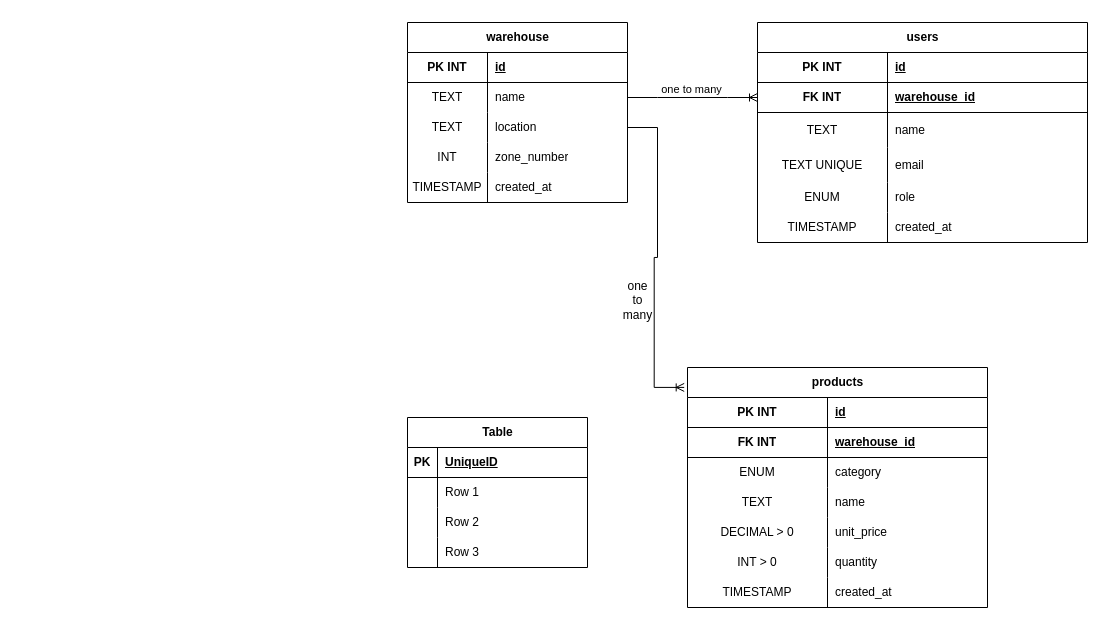
This is Untitled Diagram.drawio from Abdulrahman-Alkafri/git_course, a draw.io file, before an edit. Source tidied: cells renumbered, new cells numbered last; positions are measured from the earlier drawing's top-left corner, leaving out a move shared by most shapes. Both pictures are drawn from the tidied source at 100%, with x=0, y=0 at pixel (407, 22).
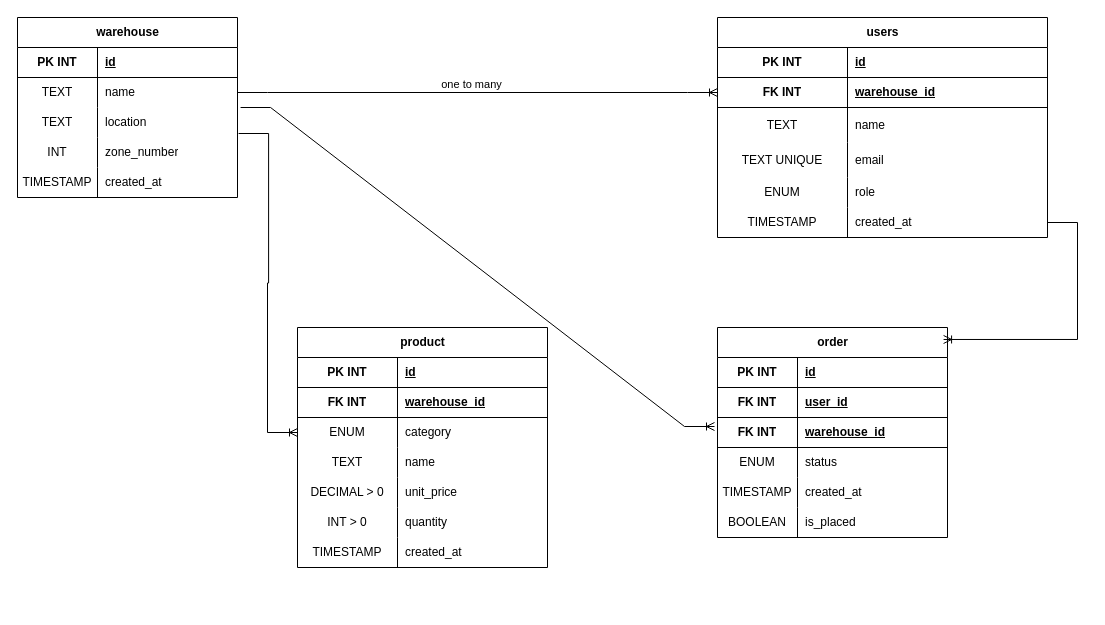
After the change.

Unchanged cells that the change refers to:
```xml
<mxCell id="18" style="shape=tableRow;horizontal=0;startSize=0;swimlaneHead=0;swimlaneBody=0;fillColor=none;points=[[0,0.5],[1,0.5]];portConstraint=eastwest;top=0;left=0;right=0;bottom=0;" parent="2" vertex="1">
  <mxGeometry y="190" width="330" height="30" as="geometry" />
</mxCell>
<mxCell id="28" style="shape=tableRow;horizontal=0;startSize=0;swimlaneHead=0;swimlaneBody=0;fillColor=none;points=[[0,0.5],[1,0.5]];portConstraint=eastwest;top=0;left=0;right=0;bottom=0;" parent="21" vertex="1">
  <mxGeometry y="90" width="220" height="30" as="geometry" />
</mxCell>
<mxCell id="31" style="shape=tableRow;horizontal=0;startSize=0;swimlaneHead=0;swimlaneBody=0;fillColor=none;points=[[0,0.5],[1,0.5]];portConstraint=eastwest;top=0;left=0;right=0;bottom=0;" parent="21" vertex="1">
  <mxGeometry y="120" width="220" height="30" as="geometry" />
</mxCell>
```

What changed in the source:
```diff
@@
     <mxCell id="2" value="users" style="shape=table;startSize=30;childLayout=tableLayout;rowLines=0;fontStyle=1;align=center;html=1;" parent="1" vertex="1">
-      <mxGeometry x="350" width="330" height="220" as="geometry" />
+      <mxGeometry x="310" y="-5" width="330" height="220" as="geometry" />
     </mxCell>
@@
     <mxCell id="21" value="warehouse" style="shape=table;startSize=30;childLayout=tableLayout;rowLines=0;fontStyle=1;align=center;html=1;" parent="1" vertex="1">
-      <mxGeometry width="220" height="180" as="geometry" />
+      <mxGeometry x="-390" y="-5" width="220" height="180" as="geometry" />
     </mxCell>
@@
-    <mxCell id="39" value="products" style="shape=table;startSize=30;childLayout=tableLayout;rowLines=0;fontStyle=1;align=center;html=1;" parent="1" vertex="1">
-      <mxGeometry x="280" y="345" width="300" height="240" as="geometry" />
+    <mxCell id="39" value="product" style="shape=table;startSize=30;childLayout=tableLayout;rowLines=0;fontStyle=1;align=center;html=1;" parent="1" vertex="1">
+      <mxGeometry x="-110" y="305" width="250" height="240" as="geometry" />
     </mxCell>
     <mxCell id="40" style="shape=tableRow;horizontal=0;startSize=0;swimlaneHead=0;swimlaneBody=0;fillColor=none;top=0;left=0;right=0;bottom=1;" parent="39" vertex="1">
-      <mxGeometry y="30" width="300" height="30" as="geometry" />
+      <mxGeometry y="30" width="250" height="30" as="geometry" />
     </mxCell>
     <mxCell id="41" value="PK INT" style="shape=partialRectangle;fillColor=none;top=0;left=0;bottom=0;right=0;fontStyle=1;overflow=hidden;whiteSpace=wrap;html=1;" parent="40" vertex="1">
-      <mxGeometry width="140" height="30" as="geometry" />
+      <mxGeometry width="100" height="30" as="geometry" />
     </mxCell>
     <mxCell id="42" value="id" style="shape=partialRectangle;fillColor=none;top=0;left=0;bottom=0;right=0;align=left;spacingLeft=6;fontStyle=5;overflow=hidden;whiteSpace=wrap;html=1;" parent="40" vertex="1">
-      <mxGeometry x="140" width="160" height="30" as="geometry" />
+      <mxGeometry x="100" width="150" height="30" as="geometry" />
     </mxCell>
     <mxCell id="43" style="shape=tableRow;horizontal=0;startSize=0;swimlaneHead=0;swimlaneBody=0;fillColor=none;top=0;left=0;right=0;bottom=1;" parent="39" vertex="1">
-      <mxGeometry y="60" width="300" height="30" as="geometry" />
+      <mxGeometry y="60" width="250" height="30" as="geometry" />
     </mxCell>
     <mxCell id="44" value="FK INT" style="shape=partialRectangle;fillColor=none;top=0;left=0;bottom=0;right=0;fontStyle=1;overflow=hidden;whiteSpace=wrap;html=1;" parent="43" vertex="1">
-      <mxGeometry width="140" height="30" as="geometry" />
+      <mxGeometry width="100" height="30" as="geometry" />
     </mxCell>
     <mxCell id="45" value="warehouse_id" style="shape=partialRectangle;fillColor=none;top=0;left=0;bottom=0;right=0;align=left;spacingLeft=6;fontStyle=5;overflow=hidden;whiteSpace=wrap;html=1;" parent="43" vertex="1">
-      <mxGeometry x="140" width="160" height="30" as="geometry" />
+      <mxGeometry x="100" width="150" height="30" as="geometry" />
     </mxCell>
     <mxCell id="46" style="shape=tableRow;horizontal=0;startSize=0;swimlaneHead=0;swimlaneBody=0;fillColor=none;points=[[0,0.5],[1,0.5]];portConstraint=eastwest;top=0;left=0;right=0;bottom=0;" parent="39" vertex="1">
-      <mxGeometry y="90" width="300" height="30" as="geometry" />
+      <mxGeometry y="90" width="250" height="30" as="geometry" />
     </mxCell>
     <mxCell id="47" value="ENUM" style="shape=partialRectangle;fillColor=none;top=0;left=0;bottom=0;right=0;overflow=hidden;whiteSpace=wrap;html=1;" parent="46" vertex="1">
-      <mxGeometry width="140" height="30" as="geometry" />
+      <mxGeometry width="100" height="30" as="geometry" />
     </mxCell>
     <mxCell id="48" value="category" style="shape=partialRectangle;fillColor=none;top=0;left=0;bottom=0;right=0;align=left;spacingLeft=6;overflow=hidden;whiteSpace=wrap;html=1;" parent="46" vertex="1">
-      <mxGeometry x="140" width="160" height="30" as="geometry" />
+      <mxGeometry x="100" width="150" height="30" as="geometry" />
     </mxCell>
     <mxCell id="49" style="shape=tableRow;horizontal=0;startSize=0;swimlaneHead=0;swimlaneBody=0;fillColor=none;top=0;left=0;right=0;bottom=0;" parent="39" vertex="1">
-      <mxGeometry y="120" width="300" height="30" as="geometry" />
+      <mxGeometry y="120" width="250" height="30" as="geometry" />
     </mxCell>
     <mxCell id="50" value="TEXT" style="shape=partialRectangle;fillColor=none;top=0;left=0;bottom=0;right=0;overflow=hidden;whiteSpace=wrap;html=1;" parent="49" vertex="1">
-      <mxGeometry width="140" height="30" as="geometry" />
+      <mxGeometry width="100" height="30" as="geometry" />
     </mxCell>
     <mxCell id="51" value="name" style="shape=partialRectangle;fillColor=none;top=0;left=0;bottom=0;right=0;align=left;spacingLeft=6;overflow=hidden;whiteSpace=wrap;html=1;" parent="49" vertex="1">
-      <mxGeometry x="140" width="160" height="30" as="geometry" />
+      <mxGeometry x="100" width="150" height="30" as="geometry" />
     </mxCell>
     <mxCell id="52" style="shape=tableRow;horizontal=0;startSize=0;swimlaneHead=0;swimlaneBody=0;fillColor=none;top=0;left=0;right=0;bottom=0;" parent="39" vertex="1">
-      <mxGeometry y="150" width="300" height="30" as="geometry" />
+      <mxGeometry y="150" width="250" height="30" as="geometry" />
     </mxCell>
     <mxCell id="53" value="DECIMAL &amp;gt; 0" style="shape=partialRectangle;fillColor=none;top=0;left=0;bottom=0;right=0;overflow=hidden;whiteSpace=wrap;html=1;" parent="52" vertex="1">
-      <mxGeometry width="140" height="30" as="geometry" />
+      <mxGeometry width="100" height="30" as="geometry" />
     </mxCell>
     <mxCell id="54" value="unit_price" style="shape=partialRectangle;fillColor=none;top=0;left=0;bottom=0;right=0;align=left;spacingLeft=6;overflow=hidden;whiteSpace=wrap;html=1;" parent="52" vertex="1">
-      <mxGeometry x="140" width="160" height="30" as="geometry" />
+      <mxGeometry x="100" width="150" height="30" as="geometry" />
     </mxCell>
     <mxCell id="55" style="shape=tableRow;horizontal=0;startSize=0;swimlaneHead=0;swimlaneBody=0;fillColor=none;top=0;left=0;right=0;bottom=0;" parent="39" vertex="1">
-      <mxGeometry y="180" width="300" height="30" as="geometry" />
+      <mxGeometry y="180" width="250" height="30" as="geometry" />
     </mxCell>
     <mxCell id="56" value="INT &amp;gt; 0" style="shape=partialRectangle;fillColor=none;top=0;left=0;bottom=0;right=0;overflow=hidden;whiteSpace=wrap;html=1;" parent="55" vertex="1">
-      <mxGeometry width="140" height="30" as="geometry" />
+      <mxGeometry width="100" height="30" as="geometry" />
     </mxCell>
     <mxCell id="57" value="quantity" style="shape=partialRectangle;fillColor=none;top=0;left=0;bottom=0;right=0;align=left;spacingLeft=6;overflow=hidden;whiteSpace=wrap;html=1;" parent="55" vertex="1">
-      <mxGeometry x="140" width="160" height="30" as="geometry" />
+      <mxGeometry x="100" width="150" height="30" as="geometry" />
     </mxCell>
     <mxCell id="58" style="shape=tableRow;horizontal=0;startSize=0;swimlaneHead=0;swimlaneBody=0;fillColor=none;top=0;left=0;right=0;bottom=0;" parent="39" vertex="1">
-      <mxGeometry y="210" width="300" height="30" as="geometry" />
+      <mxGeometry y="210" width="250" height="30" as="geometry" />
     </mxCell>
     <mxCell id="59" value="TIMESTAMP" style="shape=partialRectangle;fillColor=none;top=0;left=0;bottom=0;right=0;overflow=hidden;whiteSpace=wrap;html=1;" parent="58" vertex="1">
-      <mxGeometry width="140" height="30" as="geometry" />
+      <mxGeometry width="100" height="30" as="geometry" />
     </mxCell>
     <mxCell id="60" value="created_at" style="shape=partialRectangle;fillColor=none;top=0;left=0;bottom=0;right=0;align=left;spacingLeft=6;overflow=hidden;whiteSpace=wrap;html=1;" parent="58" vertex="1">
-      <mxGeometry x="140" width="160" height="30" as="geometry" />
+      <mxGeometry x="100" width="150" height="30" as="geometry" />
     </mxCell>
-    <mxCell id="61" style="edgeStyle=entityRelationEdgeStyle;fontSize=12;html=1;endArrow=ERoneToMany;rounded=0;entryX=-0.011;entryY=0.083;entryDx=0;entryDy=0;exitX=1;exitY=0.5;exitDx=0;exitDy=0;entryPerimeter=0;" parent="1" edge="1" source="28" target="39">
-      <mxGeometry relative="1" as="geometry" />
-    </mxCell>
-    <mxCell id="62" value="one&lt;div&gt;to&lt;/div&gt;&lt;div&gt;many&lt;/div&gt;" style="text;html=1;align=center;verticalAlign=middle;strokeColor=none;fillColor=none;" parent="1" vertex="1">
-      <mxGeometry x="205" y="248" width="50" height="60" as="geometry" />
-    </mxCell>
-    <mxCell id="63" value="Table" style="shape=table;startSize=30;childLayout=tableLayout;rowLines=0;fontStyle=1;align=center;html=1;" parent="1" vertex="1">
-      <mxGeometry y="395" width="180" height="150" as="geometry" />
+    <mxCell id="63" value="order" style="shape=table;startSize=30;childLayout=tableLayout;rowLines=0;fontStyle=1;align=center;html=1;" parent="1" vertex="1">
+      <mxGeometry x="310" y="305" width="230" height="210" as="geometry" />
     </mxCell>
     <mxCell id="64" style="shape=tableRow;horizontal=0;startSize=0;swimlaneHead=0;swimlaneBody=0;fillColor=none;top=0;left=0;right=0;bottom=1;" parent="63" vertex="1">
-      <mxGeometry y="30" width="180" height="30" as="geometry" />
+      <mxGeometry y="30" width="230" height="30" as="geometry" />
     </mxCell>
-    <mxCell id="65" value="PK" style="shape=partialRectangle;fillColor=none;top=0;left=0;bottom=0;right=0;fontStyle=1;overflow=hidden;whiteSpace=wrap;html=1;" parent="64" vertex="1">
-      <mxGeometry width="30" height="30" as="geometry" />
+    <mxCell id="65" value="PK INT" style="shape=partialRectangle;fillColor=none;top=0;left=0;bottom=0;right=0;fontStyle=1;overflow=hidden;whiteSpace=wrap;html=1;" parent="64" vertex="1">
+      <mxGeometry width="80" height="30" as="geometry" />
     </mxCell>
-    <mxCell id="66" value="UniqueID" style="shape=partialRectangle;fillColor=none;top=0;left=0;bottom=0;right=0;align=left;spacingLeft=6;fontStyle=5;overflow=hidden;whiteSpace=wrap;html=1;" parent="64" vertex="1">
-      <mxGeometry x="30" width="150" height="30" as="geometry" />
+    <mxCell id="66" value="id" style="shape=partialRectangle;fillColor=none;top=0;left=0;bottom=0;right=0;align=left;spacingLeft=6;fontStyle=5;overflow=hidden;whiteSpace=wrap;html=1;" parent="64" vertex="1">
+      <mxGeometry x="80" width="150" height="30" as="geometry" />
     </mxCell>
+    <mxCell id="76" style="shape=tableRow;horizontal=0;startSize=0;swimlaneHead=0;swimlaneBody=0;fillColor=none;top=0;left=0;right=0;bottom=1;" parent="63" vertex="1">
+      <mxGeometry y="60" width="230" height="30" as="geometry" />
+    </mxCell>
+    <mxCell id="77" value="FK INT" style="shape=partialRectangle;fillColor=none;top=0;left=0;bottom=0;right=0;fontStyle=1;overflow=hidden;whiteSpace=wrap;html=1;" parent="76" vertex="1">
+      <mxGeometry width="80" height="30" as="geometry" />
+    </mxCell>
+    <mxCell id="78" value="user_id" style="shape=partialRectangle;fillColor=none;top=0;left=0;bottom=0;right=0;align=left;spacingLeft=6;fontStyle=5;overflow=hidden;whiteSpace=wrap;html=1;" parent="76" vertex="1">
+      <mxGeometry x="80" width="150" height="30" as="geometry" />
+    </mxCell>
+    <mxCell id="79" style="shape=tableRow;horizontal=0;startSize=0;swimlaneHead=0;swimlaneBody=0;fillColor=none;points=[[0,0.5],[1,0.5]];portConstraint=eastwest;top=0;left=0;right=0;bottom=1;" parent="63" vertex="1">
+      <mxGeometry y="90" width="230" height="30" as="geometry" />
+    </mxCell>
+    <mxCell id="80" value="FK INT" style="shape=partialRectangle;fillColor=none;top=0;left=0;bottom=0;right=0;fontStyle=1;overflow=hidden;whiteSpace=wrap;html=1;" parent="79" vertex="1">
+      <mxGeometry width="80" height="30" as="geometry" />
+    </mxCell>
+    <mxCell id="81" value="warehouse_id" style="shape=partialRectangle;fillColor=none;top=0;left=0;bottom=0;right=0;align=left;spacingLeft=6;fontStyle=5;overflow=hidden;whiteSpace=wrap;html=1;" parent="79" vertex="1">
+      <mxGeometry x="80" width="150" height="30" as="geometry" />
+    </mxCell>
     <mxCell id="67" style="shape=tableRow;horizontal=0;startSize=0;swimlaneHead=0;swimlaneBody=0;fillColor=none;top=0;left=0;right=0;bottom=0;" parent="63" vertex="1">
-      <mxGeometry y="60" width="180" height="30" as="geometry" />
+      <mxGeometry y="120" width="230" height="30" as="geometry" />
     </mxCell>
-    <mxCell id="68" style="shape=partialRectangle;fillColor=none;top=0;left=0;bottom=0;right=0;overflow=hidden;whiteSpace=wrap;html=1;" parent="67" vertex="1">
-      <mxGeometry width="30" height="30" as="geometry" />
+    <mxCell id="68" value="ENUM" style="shape=partialRectangle;fillColor=none;top=0;left=0;bottom=0;right=0;overflow=hidden;whiteSpace=wrap;html=1;" parent="67" vertex="1">
+      <mxGeometry width="80" height="30" as="geometry" />
     </mxCell>
-    <mxCell id="69" value="Row 1" style="shape=partialRectangle;fillColor=none;top=0;left=0;bottom=0;right=0;align=left;spacingLeft=6;overflow=hidden;whiteSpace=wrap;html=1;" parent="67" vertex="1">
-      <mxGeometry x="30" width="150" height="30" as="geometry" />
+    <mxCell id="69" value="status" style="shape=partialRectangle;fillColor=none;top=0;left=0;bottom=0;right=0;align=left;spacingLeft=6;overflow=hidden;whiteSpace=wrap;html=1;" parent="67" vertex="1">
+      <mxGeometry x="80" width="150" height="30" as="geometry" />
     </mxCell>
     <mxCell id="70" style="shape=tableRow;horizontal=0;startSize=0;swimlaneHead=0;swimlaneBody=0;fillColor=none;top=0;left=0;right=0;bottom=0;" parent="63" vertex="1">
-      <mxGeometry y="90" width="180" height="30" as="geometry" />
+      <mxGeometry y="150" width="230" height="30" as="geometry" />
     </mxCell>
-    <mxCell id="71" style="shape=partialRectangle;fillColor=none;top=0;left=0;bottom=0;right=0;overflow=hidden;whiteSpace=wrap;html=1;" parent="70" vertex="1">
-      <mxGeometry width="30" height="30" as="geometry" />
+    <mxCell id="71" value="TIMESTAMP" style="shape=partialRectangle;fillColor=none;top=0;left=0;bottom=0;right=0;overflow=hidden;whiteSpace=wrap;html=1;" parent="70" vertex="1">
+      <mxGeometry width="80" height="30" as="geometry" />
     </mxCell>
-    <mxCell id="72" value="Row 2" style="shape=partialRectangle;fillColor=none;top=0;left=0;bottom=0;right=0;align=left;spacingLeft=6;overflow=hidden;whiteSpace=wrap;html=1;" parent="70" vertex="1">
-      <mxGeometry x="30" width="150" height="30" as="geometry" />
+    <mxCell id="72" value="created_at" style="shape=partialRectangle;fillColor=none;top=0;left=0;bottom=0;right=0;align=left;spacingLeft=6;overflow=hidden;whiteSpace=wrap;html=1;" parent="70" vertex="1">
+      <mxGeometry x="80" width="150" height="30" as="geometry" />
     </mxCell>
     <mxCell id="73" style="shape=tableRow;horizontal=0;startSize=0;swimlaneHead=0;swimlaneBody=0;fillColor=none;top=0;left=0;right=0;bottom=0;" parent="63" vertex="1">
-      <mxGeometry y="120" width="180" height="30" as="geometry" />
+      <mxGeometry y="180" width="230" height="30" as="geometry" />
     </mxCell>
-    <mxCell id="74" style="shape=partialRectangle;fillColor=none;top=0;left=0;bottom=0;right=0;overflow=hidden;whiteSpace=wrap;html=1;" parent="73" vertex="1">
-      <mxGeometry width="30" height="30" as="geometry" />
+    <mxCell id="74" value="BOOLEAN" style="shape=partialRectangle;fillColor=none;top=0;left=0;bottom=0;right=0;overflow=hidden;whiteSpace=wrap;html=1;" parent="73" vertex="1">
+      <mxGeometry width="80" height="30" as="geometry" />
     </mxCell>
-    <mxCell id="75" value="Row 3" style="shape=partialRectangle;fillColor=none;top=0;left=0;bottom=0;right=0;align=left;spacingLeft=6;overflow=hidden;whiteSpace=wrap;html=1;" parent="73" vertex="1">
-      <mxGeometry x="30" width="150" height="30" as="geometry" />
+    <mxCell id="75" value="is_placed" style="shape=partialRectangle;fillColor=none;top=0;left=0;bottom=0;right=0;align=left;spacingLeft=6;overflow=hidden;whiteSpace=wrap;html=1;" parent="73" vertex="1">
+      <mxGeometry x="80" width="150" height="30" as="geometry" />
     </mxCell>
+    <mxCell id="82" style="edgeStyle=entityRelationEdgeStyle;fontSize=12;html=1;endArrow=ERoneToMany;rounded=0;exitX=1.005;exitY=-0.133;exitDx=0;exitDy=0;exitPerimeter=0;entryX=0;entryY=0.5;entryDx=0;entryDy=0;" parent="1" edge="1" source="31" target="46">
+      <mxGeometry relative="1" as="geometry" />
+    </mxCell>
+    <mxCell id="83" style="edgeStyle=entityRelationEdgeStyle;fontSize=12;html=1;endArrow=ERoneToMany;rounded=0;exitX=1.014;exitY=0;exitDx=0;exitDy=0;exitPerimeter=0;entryX=-0.013;entryY=0.3;entryDx=0;entryDy=0;entryPerimeter=0;" parent="1" edge="1" source="28" target="79">
+      <mxGeometry relative="1" as="geometry" />
+    </mxCell>
+    <mxCell id="84" style="edgeStyle=entityRelationEdgeStyle;fontSize=12;html=1;endArrow=ERoneToMany;rounded=0;entryX=0.983;entryY=0.057;entryDx=0;entryDy=0;entryPerimeter=0;" parent="1" edge="1" source="18" target="63">
+      <mxGeometry relative="1" as="geometry" />
+    </mxCell>
```
